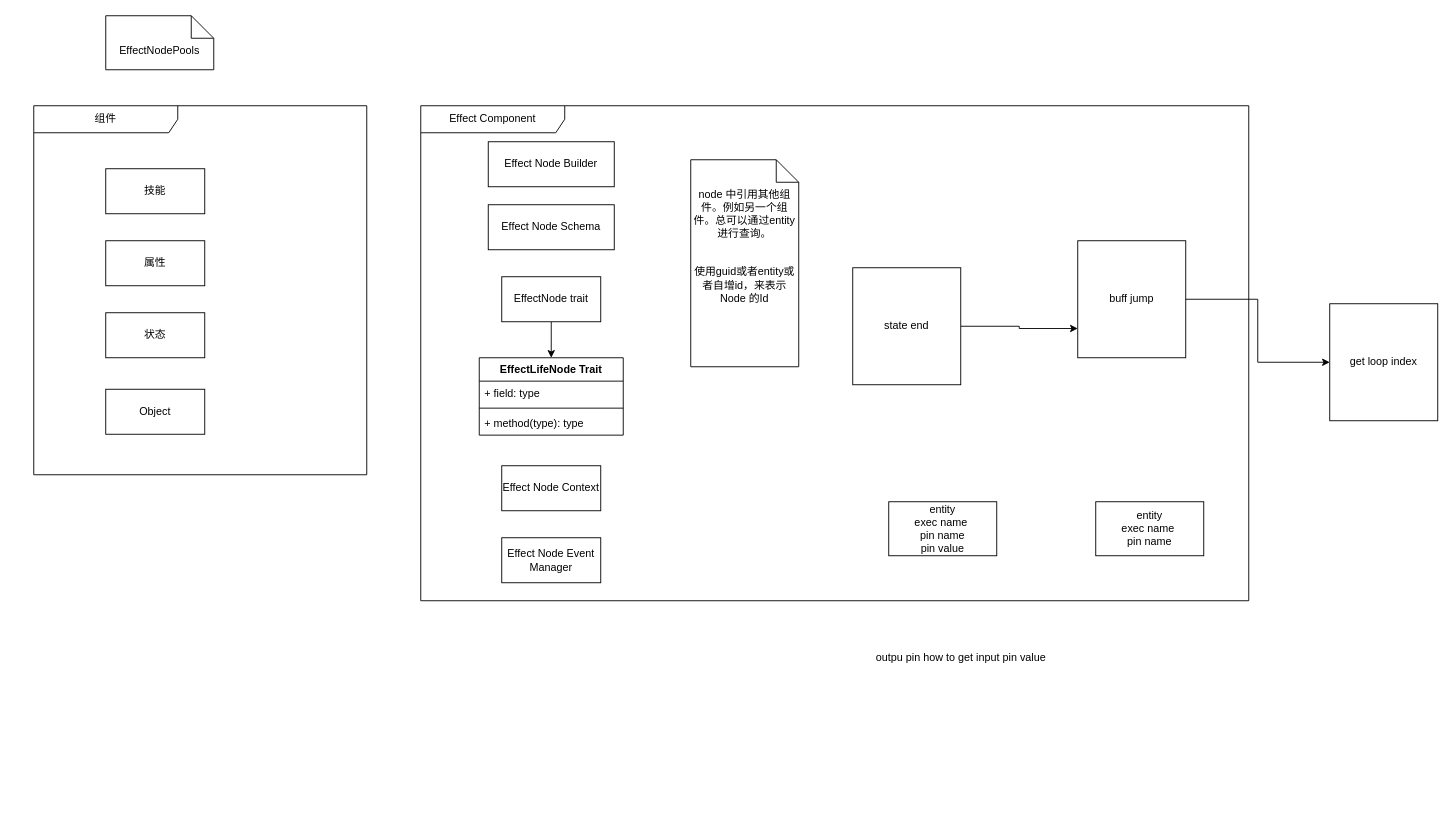
Before: doc/drawio/ability.drawio in qiboda/atom, a draw.io diagram. Source tidied: cells renumbered, new cells numbered last; positions are measured from the earlier drawing's top-left corner, leaving out a move shared by most shapes. Both pictures are drawn from the tidied source at 90%, with x=0, y=0 at pixel (33, 15).
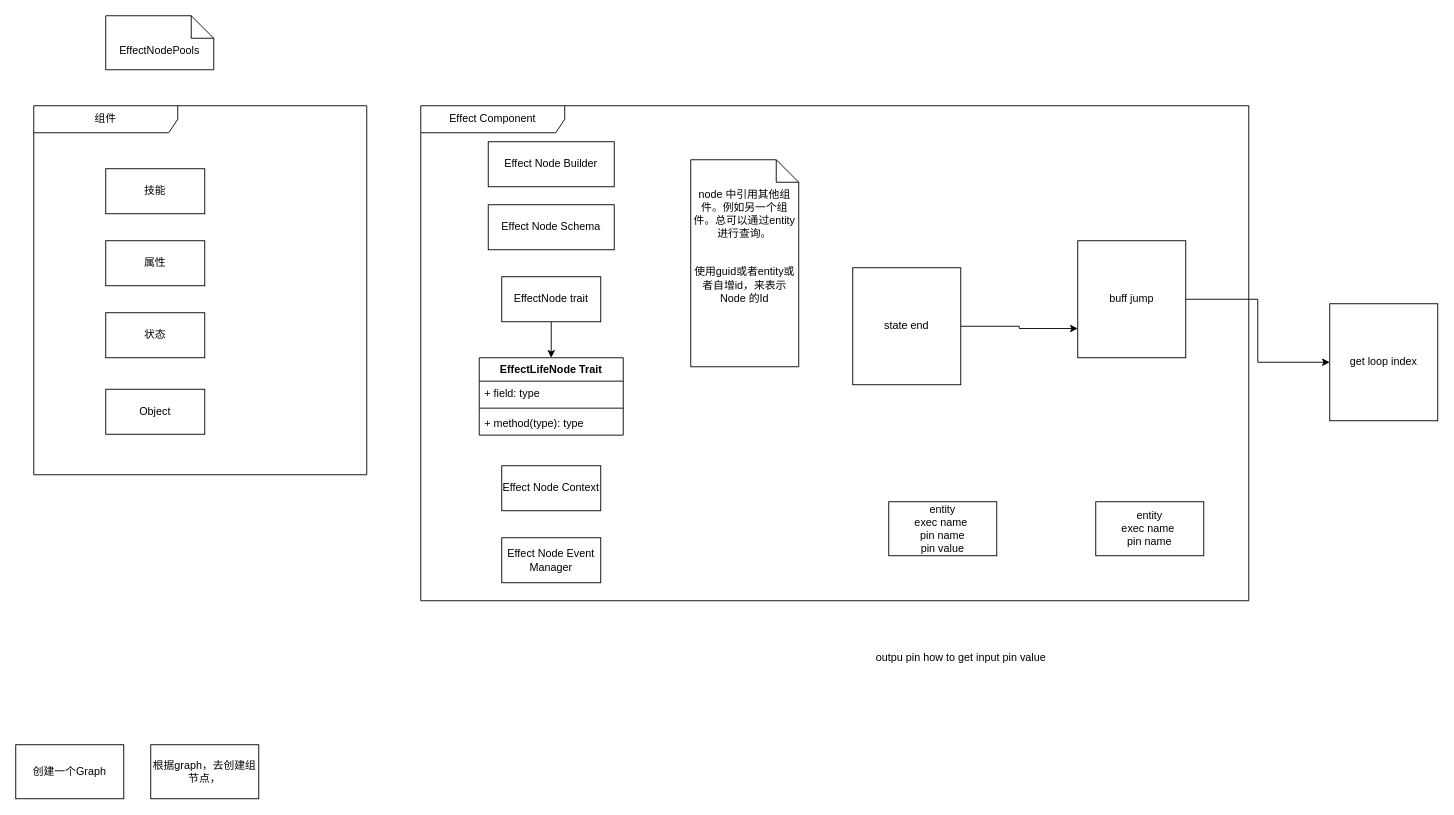
After the change.

Commit message (it also covers changes not shown here):
ability base _attack example can work

What changed in the source:
```diff
@@
+    <mxCell id="28" value="创建一个Graph" style="rounded=0;whiteSpace=wrap;html=1;" parent="1" vertex="1">
+      <mxGeometry x="-20" y="810" width="120" height="60" as="geometry" />
+    </mxCell>
+    <mxCell id="29" value="根据graph，去创建组节点，" style="rounded=0;whiteSpace=wrap;html=1;" parent="1" vertex="1">
+      <mxGeometry x="130" y="810" width="120" height="60" as="geometry" />
+    </mxCell>
```
